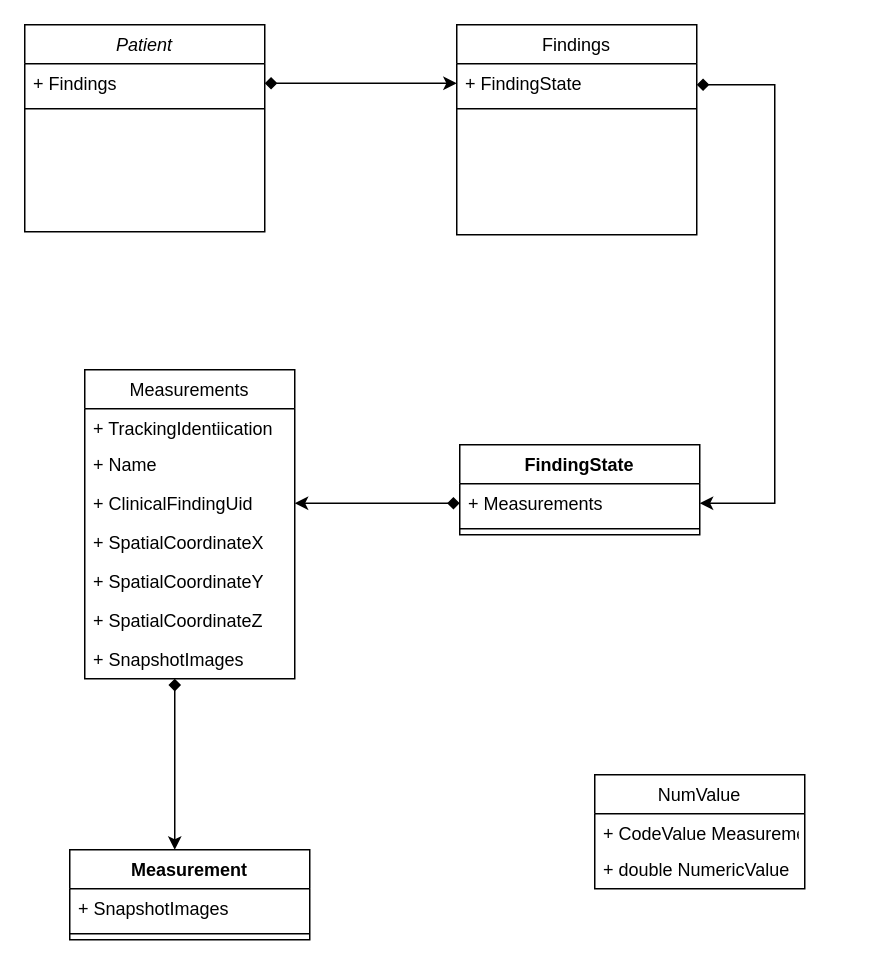
Above: PDMStructure.drawio in Ajijulhoque/Class-Diagrams (draw.io), before the change. Source tidied: cells renumbered, new cells numbered last; positions are measured from the earlier drawing's top-left corner, leaving out a move shared by most shapes. Both pictures are drawn from the tidied source at 150%, with x=0, y=0 at pixel (24, 24).
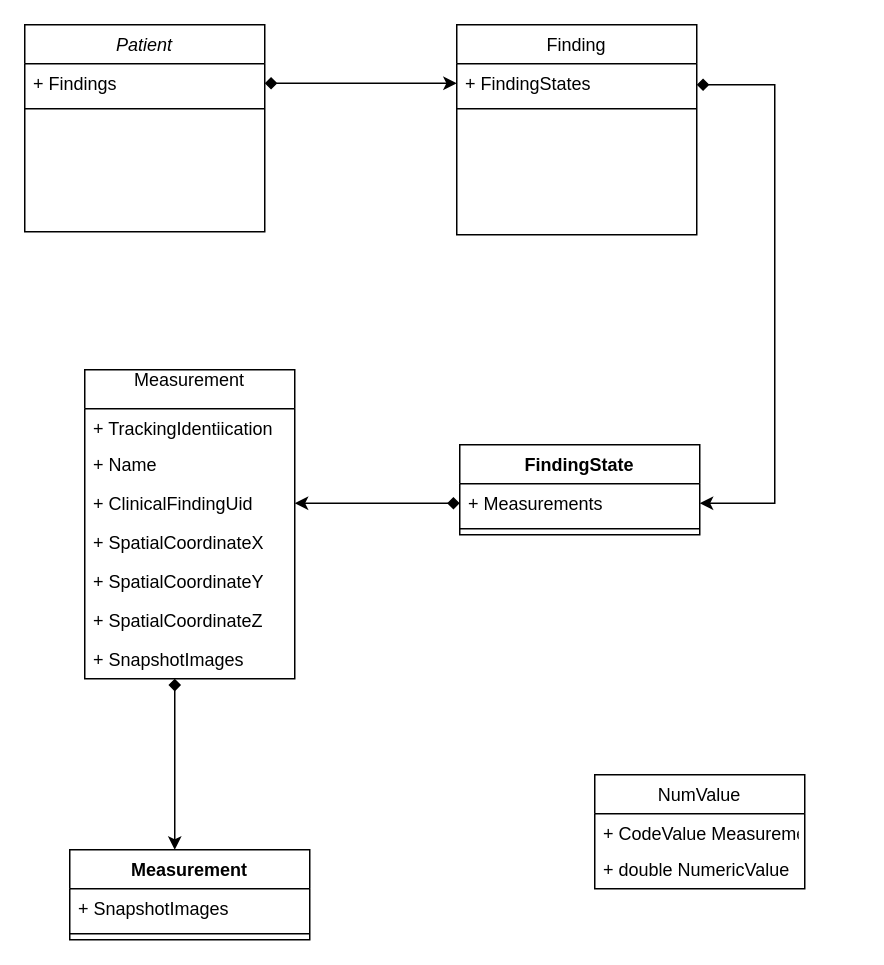
After the change.

What changed in the source:
```diff
@@
-    <mxCell id="5" value="Findings" style="swimlane;fontStyle=0;align=center;verticalAlign=top;horizontal=1;startSize=26;rounded=0;shadow=0;strokeWidth=1;" parent="1" vertex="1">
+    <mxCell id="5" value="Finding&#10;" style="swimlane;fontStyle=0;align=center;verticalAlign=top;horizontal=1;startSize=26;rounded=0;shadow=0;strokeWidth=1;" parent="1" vertex="1">
       <mxGeometry x="288" width="160" height="140" as="geometry" />
     </mxCell>
-    <mxCell id="6" value="+ FindingState" style="text;align=left;verticalAlign=top;spacingLeft=4;spacingRight=4;overflow=hidden;points=[[0,0.5],[1,0.5]];portConstraint=eastwest;" parent="5" vertex="1">
+    <mxCell id="6" value="+ FindingStates" style="text;align=left;verticalAlign=top;spacingLeft=4;spacingRight=4;overflow=hidden;points=[[0,0.5],[1,0.5]];portConstraint=eastwest;" parent="5" vertex="1">
       <mxGeometry y="26" width="160" height="26" as="geometry" />
     </mxCell>
@@
-    <mxCell id="18" value="Measurements" style="swimlane;fontStyle=0;horizontal=1;startSize=26;fillColor=none;" parent="1" vertex="1">
+    <mxCell id="18" value="Measurement&#10;" style="swimlane;fontStyle=0;horizontal=1;startSize=26;fillColor=none;" parent="1" vertex="1">
       <mxGeometry x="40" y="230" width="140" height="206" as="geometry" />
     </mxCell>
```
